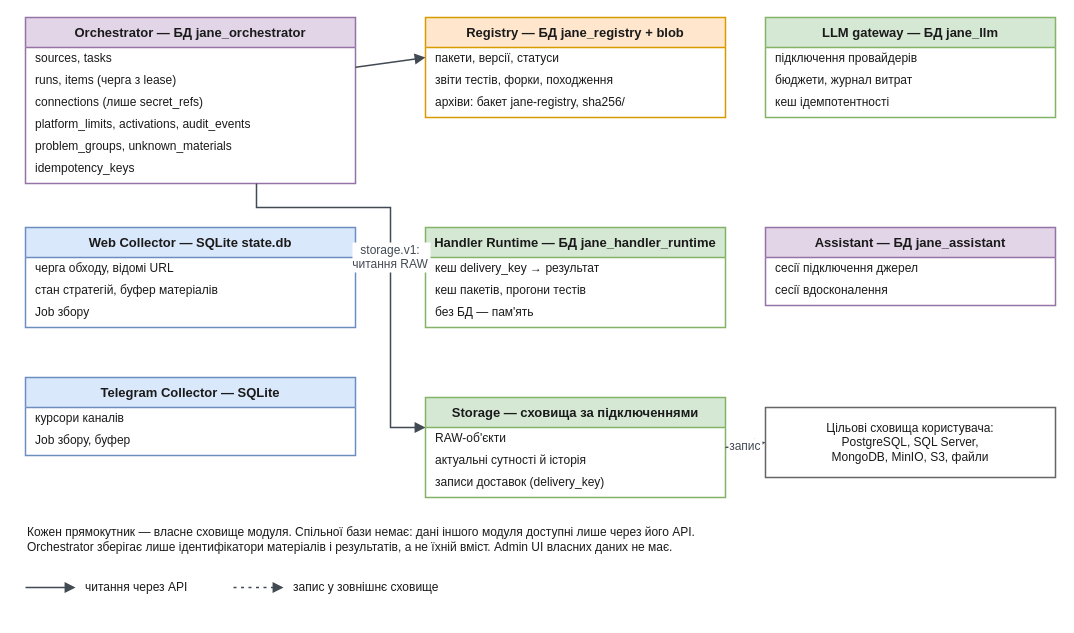
Earlier version of the draw.io diagram docs/diagrams/platform/data-ownership.drawio (sql-monk/Jane). Source tidied: cells renumbered, new cells numbered last; positions are measured from the earlier drawing's top-left corner, leaving out a move shared by most shapes. Both pictures are drawn from the tidied source at 100%, with x=0, y=0 at pixel (25, 17).
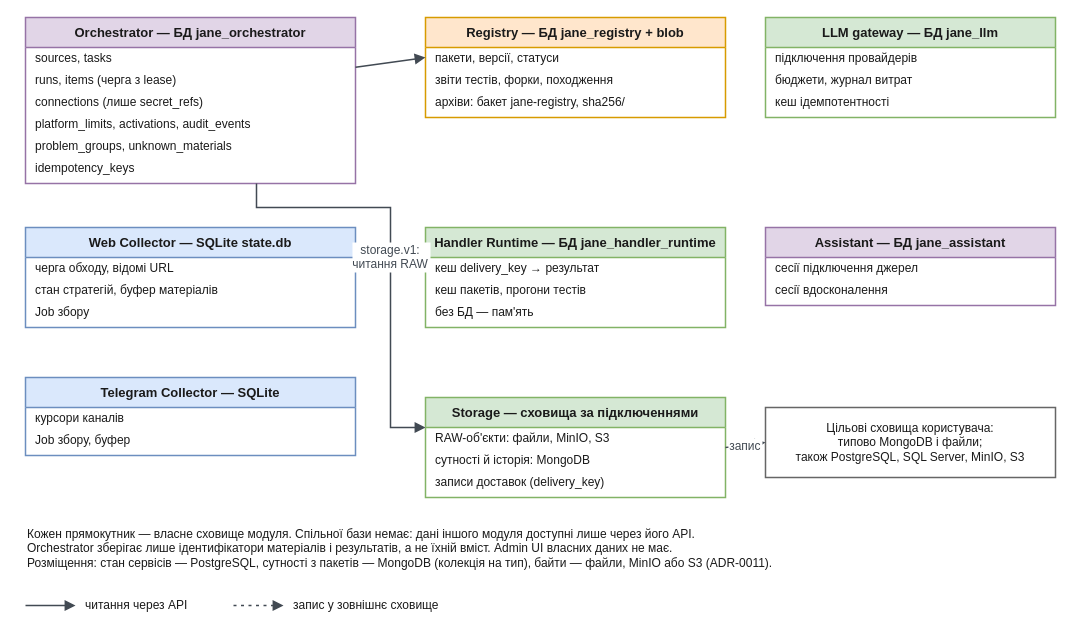
After the change.

Unchanged cells that the change refers to:
```xml
<mxCell id="31" value="Storage — сховища за підключеннями" style="swimlane;fontStyle=1;horizontal=1;startSize=30;whiteSpace=wrap;html=0;fontSize=13;fontFamily=Helvetica;fontColor=light-dark(#1A1A1A,#E6EDF3);fillColor=light-dark(#D5E8D4,#1F3D29);swimlaneFillColor=none;strokeColor=light-dark(#82B366,#7DBE6A);strokeWidth=1.5;" parent="1" vertex="1">
  <mxGeometry x="400" y="380" width="300" height="100" as="geometry" />
</mxCell>
```

What changed in the source:
```diff
@@
-    <mxCell id="32" value="RAW-об'єкти" style="text;html=0;whiteSpace=wrap;align=left;verticalAlign=middle;spacingLeft=8;fontSize=12;fontFamily=Helvetica;fontColor=light-dark(#1A1A1A,#E6EDF3);strokeColor=none;fillColor=none;" parent="31" vertex="1">
+    <mxCell id="32" value="RAW-об'єкти: файли, MinIO, S3" style="text;html=0;whiteSpace=wrap;align=left;verticalAlign=middle;spacingLeft=8;fontSize=12;fontFamily=Helvetica;fontColor=light-dark(#1A1A1A,#E6EDF3);strokeColor=none;fillColor=none;" parent="31" vertex="1">
       <mxGeometry y="30" width="300" height="22" as="geometry" />
     </mxCell>
-    <mxCell id="33" value="актуальні сутності й історія" style="text;html=0;whiteSpace=wrap;align=left;verticalAlign=middle;spacingLeft=8;fontSize=12;fontFamily=Helvetica;fontColor=light-dark(#1A1A1A,#E6EDF3);strokeColor=none;fillColor=none;" parent="31" vertex="1">
+    <mxCell id="33" value="сутності й історія: MongoDB" style="text;html=0;whiteSpace=wrap;align=left;verticalAlign=middle;spacingLeft=8;fontSize=12;fontFamily=Helvetica;fontColor=light-dark(#1A1A1A,#E6EDF3);strokeColor=none;fillColor=none;" parent="31" vertex="1">
       <mxGeometry y="52" width="300" height="22" as="geometry" />
     </mxCell>
@@
-    <mxCell id="35" value="Цільові сховища користувача:&#10;PostgreSQL, SQL Server,&#10;MongoDB, MinIO, S3, файли" style="rounded=0;whiteSpace=wrap;html=0;fontSize=12;fontFamily=Helvetica;fontColor=light-dark(#1A1A1A,#E6EDF3);fillColor=light-dark(#FFFFFF,#161B22);strokeColor=light-dark(#666666,#8B949E);strokeWidth=1.5;" parent="1" vertex="1">
+    <mxCell id="35" value="Цільові сховища користувача:&#10;типово MongoDB і файли;&#10;також PostgreSQL, SQL Server, MinIO, S3" style="rounded=0;whiteSpace=wrap;html=0;fontSize=12;fontFamily=Helvetica;fontColor=light-dark(#1A1A1A,#E6EDF3);fillColor=light-dark(#FFFFFF,#161B22);strokeColor=light-dark(#666666,#8B949E);strokeWidth=1.5;" parent="1" vertex="1">
       <mxGeometry x="740" y="390" width="290" height="70" as="geometry" />
     </mxCell>
@@
-    <mxCell id="39" value="Кожен прямокутник — власне сховище модуля. Спільної бази немає: дані іншого модуля доступні лише через його API.&#10;Orchestrator зберігає лише ідентифікатори матеріалів і результатів, а не їхній вміст. Admin UI власних даних не має." style="text;html=0;whiteSpace=wrap;align=left;verticalAlign=middle;fontSize=12;fontFamily=Helvetica;fontColor=light-dark(#1A1A1A,#E6EDF3);" parent="1" vertex="1">
-      <mxGeometry y="500" width="1030" height="44" as="geometry" />
+    <mxCell id="39" value="Кожен прямокутник — власне сховище модуля. Спільної бази немає: дані іншого модуля доступні лише через його API.&#10;Orchestrator зберігає лише ідентифікатори матеріалів і результатів, а не їхній вміст. Admin UI власних даних не має.&#10;Розміщення: стан сервісів — PostgreSQL, сутності з пакетів — MongoDB (колекція на тип), байти — файли, MinIO або S3 (ADR-0011)." style="text;html=0;whiteSpace=wrap;align=left;verticalAlign=middle;fontSize=12;fontFamily=Helvetica;fontColor=light-dark(#1A1A1A,#E6EDF3);" parent="1" vertex="1">
+      <mxGeometry y="500" width="1030" height="62" as="geometry" />
     </mxCell>
     <mxCell id="40" style="edgeStyle=none;rounded=0;html=0;endArrow=block;endFill=1;endSize=7;strokeWidth=1.5;strokeColor=light-dark(#424A53,#C9D1D9);" parent="1" edge="1">
       <mxGeometry relative="1" as="geometry">
-        <mxPoint y="570" as="sourcePoint" />
-        <mxPoint x="50" y="570" as="targetPoint" />
+        <mxPoint y="588" as="sourcePoint" />
+        <mxPoint x="50" y="588" as="targetPoint" />
       </mxGeometry>
     </mxCell>
     <mxCell id="41" value="читання через API" style="text;html=0;whiteSpace=wrap;align=left;verticalAlign=middle;fontSize=12;fontFamily=Helvetica;fontColor=light-dark(#1A1A1A,#E6EDF3);" parent="1" vertex="1">
-      <mxGeometry x="58" y="560" width="130" height="20" as="geometry" />
+      <mxGeometry x="58" y="578" width="130" height="20" as="geometry" />
     </mxCell>
     <mxCell id="42" style="edgeStyle=none;rounded=0;html=0;endArrow=block;endFill=1;endSize=7;dashed=1;dashPattern=2 3;strokeWidth=1.5;strokeColor=light-dark(#424A53,#C9D1D9);" parent="1" edge="1">
       <mxGeometry relative="1" as="geometry">
-        <mxPoint x="208" y="570" as="sourcePoint" />
-        <mxPoint x="258" y="570" as="targetPoint" />
+        <mxPoint x="208" y="588" as="sourcePoint" />
+        <mxPoint x="258" y="588" as="targetPoint" />
       </mxGeometry>
     </mxCell>
     <mxCell id="43" value="запис у зовнішнє сховище" style="text;html=0;whiteSpace=wrap;align=left;verticalAlign=middle;fontSize=12;fontFamily=Helvetica;fontColor=light-dark(#1A1A1A,#E6EDF3);" parent="1" vertex="1">
-      <mxGeometry x="266" y="560" width="180" height="20" as="geometry" />
+      <mxGeometry x="266" y="578" width="180" height="20" as="geometry" />
     </mxCell>
```
